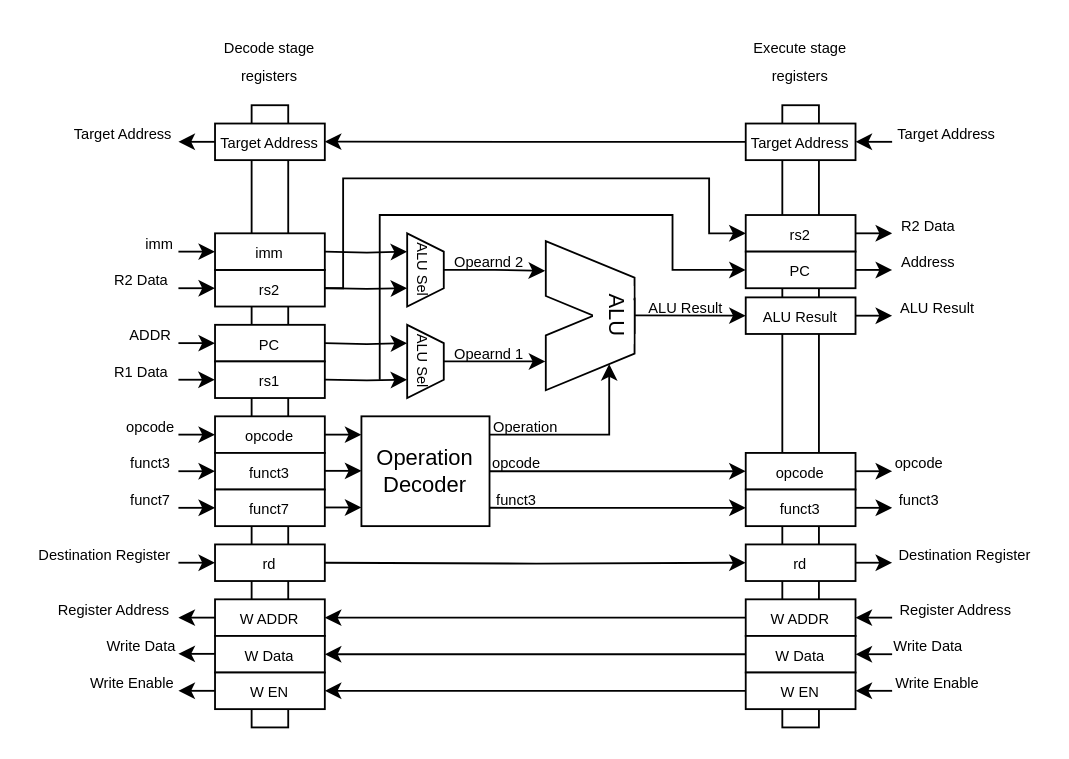
Before: page "Execute stage" (4 of 6) of docs/imgs/microarchitecture/multi-cycle_datapath.drawio in WachirawichN/C0-CPU, a draw.io diagram. Source tidied: cells renumbered, new cells numbered last; positions are measured from the earlier drawing's top-left corner, leaving out a move shared by most shapes. Both pictures are drawn from the tidied source at 183%, with x=0, y=0 at pixel (31, 31).
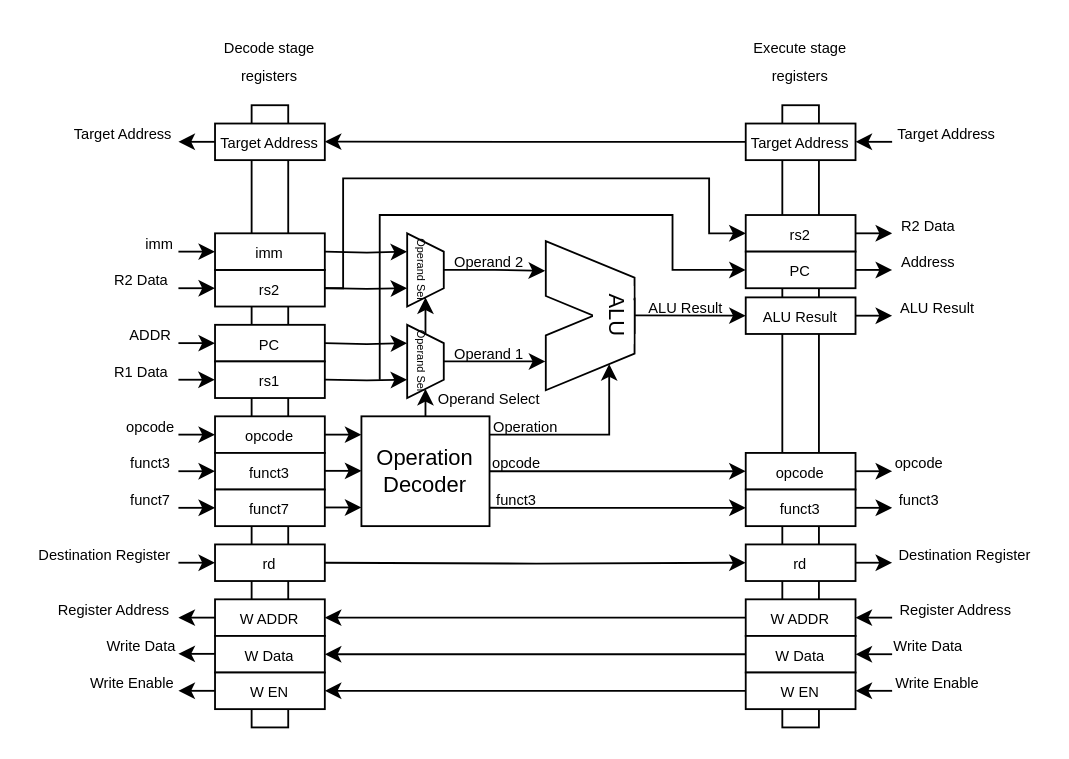
The same page after the edit.

Commit message:
Modify execute stage a bit.

The change refers to these unchanged cells:
```xml
<mxCell id="20" value="Operation Decoder" style="rounded=0;whiteSpace=wrap;html=1;" parent="1" vertex="1">
  <mxGeometry x="180" y="210" width="70" height="60" as="geometry" />
</mxCell>
```

Diff of the diagram source:
```diff
@@
-    <mxCell id="14" value="&lt;font style=&quot;font-size: 8px;&quot;&gt;ALU Sel&lt;/font&gt;" style="shape=trapezoid;perimeter=trapezoidPerimeter;whiteSpace=wrap;html=1;fixedSize=1;size=10;rotation=90;" parent="1" vertex="1">
+    <mxCell id="14" value="&lt;font style=&quot;font-size: 6px;&quot;&gt;Operand Sel&lt;/font&gt;" style="shape=trapezoid;perimeter=trapezoidPerimeter;whiteSpace=wrap;html=1;fixedSize=1;size=10;rotation=90;" parent="1" vertex="1">
       <mxGeometry x="195" y="120" width="40" height="20" as="geometry" />
     </mxCell>
-    <mxCell id="15" value="&lt;font style=&quot;font-size: 8px;&quot;&gt;ALU Sel&lt;/font&gt;" style="shape=trapezoid;perimeter=trapezoidPerimeter;whiteSpace=wrap;html=1;fixedSize=1;size=10;rotation=90;" parent="1" vertex="1">
+    <mxCell id="15" value="&lt;font style=&quot;font-size: 6px;&quot;&gt;Operand Sel&lt;/font&gt;" style="shape=trapezoid;perimeter=trapezoidPerimeter;whiteSpace=wrap;html=1;fixedSize=1;size=10;rotation=90;" parent="1" vertex="1">
       <mxGeometry x="195" y="170" width="40" height="20" as="geometry" />
     </mxCell>
@@
-    <mxCell id="32" value="&lt;span style=&quot;font-size: 8px;&quot;&gt;Opearnd 2&lt;/span&gt;" style="text;html=1;whiteSpace=wrap;strokeColor=none;fillColor=none;align=center;verticalAlign=middle;rounded=0;" parent="1" vertex="1">
+    <mxCell id="32" value="&lt;span style=&quot;font-size: 8px;&quot;&gt;Operand 2&lt;/span&gt;" style="text;html=1;whiteSpace=wrap;strokeColor=none;fillColor=none;align=center;verticalAlign=middle;rounded=0;" parent="1" vertex="1">
       <mxGeometry x="230" y="120" width="40" height="10" as="geometry" />
     </mxCell>
-    <mxCell id="33" value="&lt;span style=&quot;font-size: 8px;&quot;&gt;Opearnd 1&lt;/span&gt;" style="text;html=1;whiteSpace=wrap;strokeColor=none;fillColor=none;align=center;verticalAlign=middle;rounded=0;" parent="1" vertex="1">
+    <mxCell id="33" value="&lt;span style=&quot;font-size: 8px;&quot;&gt;Operand 1&lt;/span&gt;" style="text;html=1;whiteSpace=wrap;strokeColor=none;fillColor=none;align=center;verticalAlign=middle;rounded=0;" parent="1" vertex="1">
       <mxGeometry x="230" y="170" width="40" height="10" as="geometry" />
     </mxCell>
@@
+    <mxCell id="108" style="endArrow=classic;html=1;rounded=0;exitX=0.5;exitY=0;exitDx=0;exitDy=0;" parent="1" edge="1" source="20" target="15">
+      <mxGeometry relative="1" as="geometry" />
+    </mxCell>
+    <mxCell id="109" style="endArrow=classic;html=1;rounded=0;exitX=0;exitY=0.5;exitDx=0;exitDy=0;entryX=1;entryY=0.5;entryDx=0;entryDy=0;" parent="1" edge="1" source="15" target="14">
+      <mxGeometry relative="1" as="geometry" />
+    </mxCell>
+    <mxCell id="110" value="&lt;font style=&quot;font-size: 8px;&quot;&gt;Operand Select&lt;/font&gt;" style="text;html=1;whiteSpace=wrap;strokeColor=none;fillColor=none;align=center;verticalAlign=middle;rounded=0;" parent="1" vertex="1">
+      <mxGeometry x="220" y="190" width="60" height="20" as="geometry" />
+    </mxCell>
```
